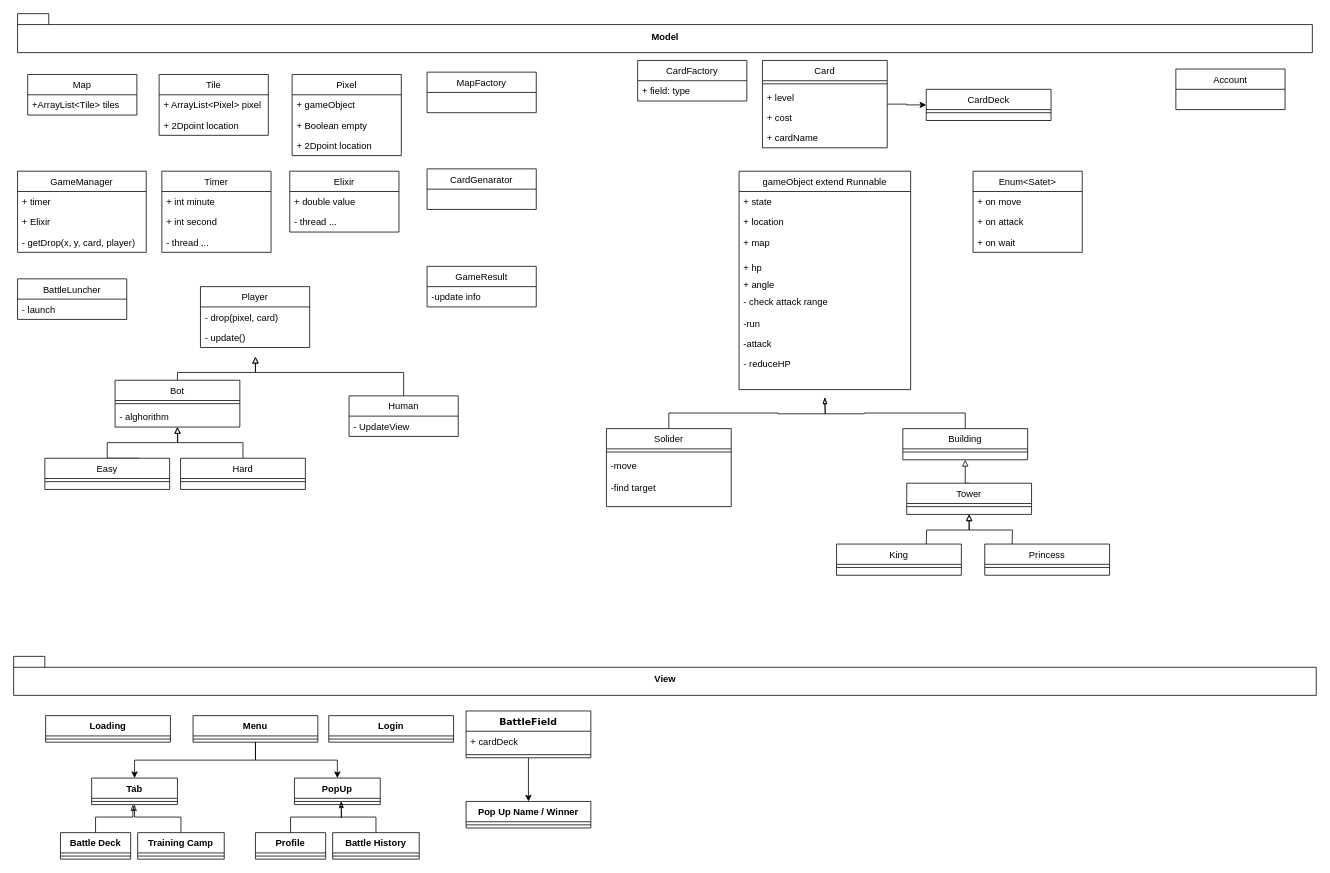
Above: Clash Royale Class Diagram.drawio in pouyam79i/ClashRoyale (draw.io), before the change. Source tidied: cells renumbered, new cells numbered last; positions are measured from the earlier drawing's top-left corner, leaving out a move shared by most shapes. Both pictures are drawn from the tidied source at 78%, with x=0, y=0 at pixel (13, 13).
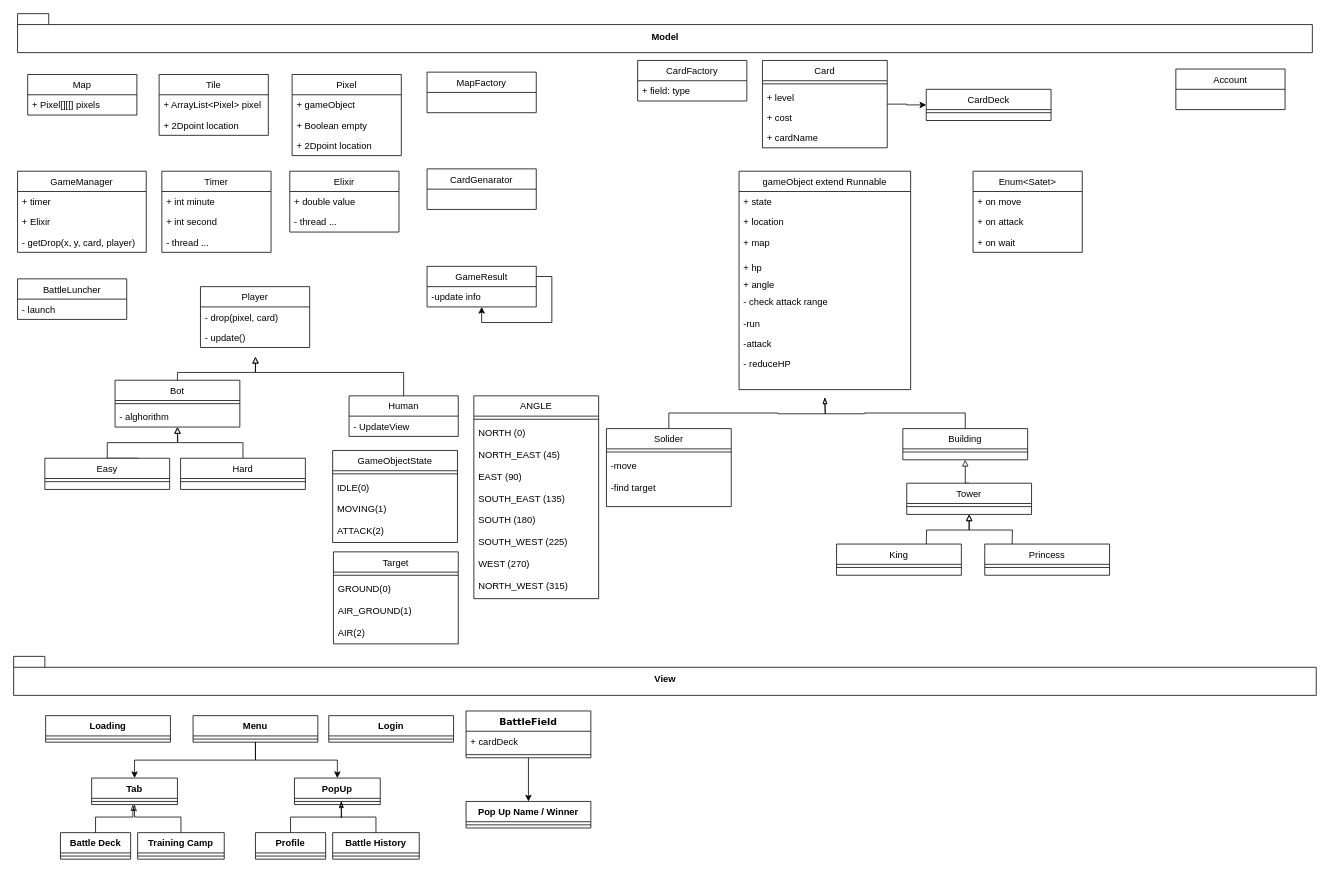
The same page after the edit.

The change refers to these unchanged cells:
```xml
<mxCell id="52" value="Map" style="swimlane;fontStyle=0;horizontal=1;startSize=26;fillColor=none;" parent="1" vertex="1">
  <mxGeometry x="18" y="78" width="140" height="52" as="geometry" />
</mxCell>
<mxCell id="114" value="GameResult" style="swimlane;fontStyle=0;horizontal=1;startSize=26;fillColor=none;" parent="1" vertex="1">
  <mxGeometry x="530" y="324" width="140" height="52" as="geometry" />
</mxCell>
```

Change to the diagram source:
```diff
@@
-    <mxCell id="53" value="+ArrayList&lt;Tile&gt; tiles" style="text;strokeColor=none;fillColor=none;align=left;verticalAlign=top;spacingLeft=4;spacingRight=4;overflow=hidden;" parent="52" vertex="1">
+    <mxCell id="53" value="+ Pixel[][[] pixels" style="text;strokeColor=none;fillColor=none;align=left;verticalAlign=top;spacingLeft=4;spacingRight=4;overflow=hidden;" parent="52" vertex="1">
       <mxGeometry y="26" width="140" height="26" as="geometry" />
     </mxCell>
@@
+    <mxCell id="118" value="ANGLE" style="swimlane;fontStyle=0;align=center;verticalAlign=top;horizontal=1;startSize=26;rounded=0;shadow=0;strokeWidth=1;" parent="1" vertex="1">
+      <mxGeometry x="590" y="490" width="160" height="260" as="geometry" />
+    </mxCell>
+    <mxCell id="119" style="line;html=1;strokeWidth=1;align=left;verticalAlign=middle;spacingTop=-1;spacingLeft=3;spacingRight=3;labelPosition=right;" parent="118" vertex="1">
+      <mxGeometry y="26" width="160" height="8" as="geometry" />
+    </mxCell>
+    <mxCell id="120" value="NORTH (0)" style="text;strokeColor=none;fillColor=none;align=left;verticalAlign=top;spacingLeft=4;spacingRight=4;overflow=hidden;" parent="118" vertex="1">
+      <mxGeometry y="34" width="160" height="28" as="geometry" />
+    </mxCell>
+    <mxCell id="121" value="NORTH_EAST (45)" style="text;strokeColor=none;fillColor=none;align=left;verticalAlign=top;spacingLeft=4;spacingRight=4;overflow=hidden;" parent="118" vertex="1">
+      <mxGeometry y="62" width="160" height="28" as="geometry" />
+    </mxCell>
+    <mxCell id="122" value="EAST (90)" style="text;strokeColor=none;fillColor=none;align=left;verticalAlign=top;spacingLeft=4;spacingRight=4;overflow=hidden;" parent="118" vertex="1">
+      <mxGeometry y="90" width="160" height="28" as="geometry" />
+    </mxCell>
+    <mxCell id="123" value="SOUTH_EAST (135)" style="text;strokeColor=none;fillColor=none;align=left;verticalAlign=top;spacingLeft=4;spacingRight=4;overflow=hidden;" parent="118" vertex="1">
+      <mxGeometry y="118" width="160" height="28" as="geometry" />
+    </mxCell>
+    <mxCell id="124" value="SOUTH (180)" style="text;strokeColor=none;fillColor=none;align=left;verticalAlign=top;spacingLeft=4;spacingRight=4;overflow=hidden;" parent="118" vertex="1">
+      <mxGeometry y="146" width="160" height="28" as="geometry" />
+    </mxCell>
+    <mxCell id="125" value="SOUTH_WEST (225)" style="text;strokeColor=none;fillColor=none;align=left;verticalAlign=top;spacingLeft=4;spacingRight=4;overflow=hidden;" parent="118" vertex="1">
+      <mxGeometry y="174" width="160" height="28" as="geometry" />
+    </mxCell>
+    <mxCell id="126" value="WEST (270)" style="text;strokeColor=none;fillColor=none;align=left;verticalAlign=top;spacingLeft=4;spacingRight=4;overflow=hidden;" parent="118" vertex="1">
+      <mxGeometry y="202" width="160" height="28" as="geometry" />
+    </mxCell>
+    <mxCell id="127" value="NORTH_WEST (315)" style="text;strokeColor=none;fillColor=none;align=left;verticalAlign=top;spacingLeft=4;spacingRight=4;overflow=hidden;" parent="118" vertex="1">
+      <mxGeometry y="230" width="160" height="28" as="geometry" />
+    </mxCell>
+    <mxCell id="128" value="GameObjectState" style="swimlane;fontStyle=0;align=center;verticalAlign=top;horizontal=1;startSize=26;rounded=0;shadow=0;strokeWidth=1;" parent="1" vertex="1">
+      <mxGeometry x="409" y="560" width="160" height="118" as="geometry" />
+    </mxCell>
+    <mxCell id="129" style="line;html=1;strokeWidth=1;align=left;verticalAlign=middle;spacingTop=-1;spacingLeft=3;spacingRight=3;labelPosition=right;" parent="128" vertex="1">
+      <mxGeometry y="26" width="160" height="8" as="geometry" />
+    </mxCell>
+    <mxCell id="130" value="IDLE(0)" style="text;strokeColor=none;fillColor=none;align=left;verticalAlign=top;spacingLeft=4;spacingRight=4;overflow=hidden;" parent="128" vertex="1">
+      <mxGeometry y="34" width="160" height="28" as="geometry" />
+    </mxCell>
+    <mxCell id="131" value="MOVING(1)" style="text;strokeColor=none;fillColor=none;align=left;verticalAlign=top;spacingLeft=4;spacingRight=4;overflow=hidden;" parent="128" vertex="1">
+      <mxGeometry y="62" width="160" height="28" as="geometry" />
+    </mxCell>
+    <mxCell id="132" value="ATTACK(2)" style="text;strokeColor=none;fillColor=none;align=left;verticalAlign=top;spacingLeft=4;spacingRight=4;overflow=hidden;" parent="128" vertex="1">
+      <mxGeometry y="90" width="160" height="28" as="geometry" />
+    </mxCell>
+    <mxCell id="133" style="edgeStyle=orthogonalEdgeStyle;rounded=0;orthogonalLoop=1;jettySize=auto;html=1;exitX=1;exitY=0.25;exitDx=0;exitDy=0;" parent="1" edge="1" source="114" target="114">
+      <mxGeometry relative="1" as="geometry" />
+    </mxCell>
+    <mxCell id="134" value="Target" style="swimlane;fontStyle=0;align=center;verticalAlign=top;horizontal=1;startSize=26;rounded=0;shadow=0;strokeWidth=1;" parent="1" vertex="1">
+      <mxGeometry x="410" y="690" width="160" height="118" as="geometry" />
+    </mxCell>
+    <mxCell id="135" style="line;html=1;strokeWidth=1;align=left;verticalAlign=middle;spacingTop=-1;spacingLeft=3;spacingRight=3;labelPosition=right;" parent="134" vertex="1">
+      <mxGeometry y="26" width="160" height="8" as="geometry" />
+    </mxCell>
+    <mxCell id="136" value="GROUND(0)" style="text;strokeColor=none;fillColor=none;align=left;verticalAlign=top;spacingLeft=4;spacingRight=4;overflow=hidden;" parent="134" vertex="1">
+      <mxGeometry y="34" width="160" height="28" as="geometry" />
+    </mxCell>
+    <mxCell id="137" value="AIR_GROUND(1)" style="text;strokeColor=none;fillColor=none;align=left;verticalAlign=top;spacingLeft=4;spacingRight=4;overflow=hidden;" parent="134" vertex="1">
+      <mxGeometry y="62" width="160" height="28" as="geometry" />
+    </mxCell>
+    <mxCell id="138" value="AIR(2)" style="text;strokeColor=none;fillColor=none;align=left;verticalAlign=top;spacingLeft=4;spacingRight=4;overflow=hidden;" parent="134" vertex="1">
+      <mxGeometry y="90" width="160" height="28" as="geometry" />
+    </mxCell>
```
